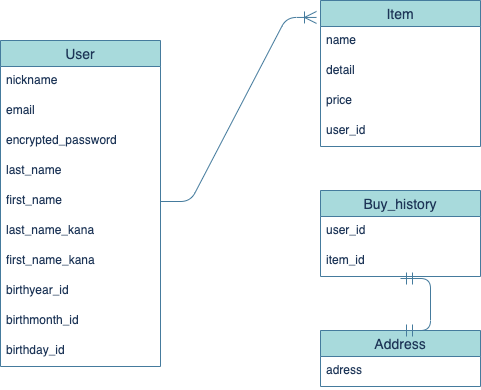
Above: test.png in toru-Major/furima-33489 (draw.io), before the change. Source tidied: cells renumbered, new cells last; positions are measured from the earlier drawing's top-left corner, leaving out a move shared by most shapes. The source it was exported from:
```xml
<mxGraphModel background="#ffffff">
  <root>
    <mxCell id="0" />
    <mxCell id="1" parent="0" />
    <mxCell id="2" value="User" style="swimlane;fontStyle=0;horizontal=1;startSize=26;align=center;fontSize=14;fillColor=#A8DADC;strokeColor=#457B9D;fontColor=#1D3557;" parent="1" vertex="1">
      <mxGeometry y="40" width="160" height="326" as="geometry" />
    </mxCell>
    <mxCell id="3" value="nickname" style="text;strokeColor=none;fillColor=none;spacingLeft=4;spacingRight=4;overflow=hidden;fontSize=12;fontColor=#1D3557;" parent="2" vertex="1">
      <mxGeometry y="26" width="160" height="30" as="geometry" />
    </mxCell>
    <mxCell id="4" value="email" style="text;strokeColor=none;fillColor=none;spacingLeft=4;spacingRight=4;overflow=hidden;fontSize=12;fontColor=#1D3557;" parent="2" vertex="1">
      <mxGeometry y="56" width="160" height="30" as="geometry" />
    </mxCell>
    <mxCell id="5" value="encrypted_password" style="text;strokeColor=none;fillColor=none;spacingLeft=4;spacingRight=4;overflow=hidden;fontSize=12;fontColor=#1D3557;" parent="2" vertex="1">
      <mxGeometry y="86" width="160" height="30" as="geometry" />
    </mxCell>
    <mxCell id="6" value="last_name" style="text;strokeColor=none;fillColor=none;spacingLeft=4;spacingRight=4;overflow=hidden;fontSize=12;fontColor=#1D3557;" parent="2" vertex="1">
      <mxGeometry y="116" width="160" height="30" as="geometry" />
    </mxCell>
    <mxCell id="7" value="first_name" style="text;strokeColor=none;fillColor=none;spacingLeft=4;spacingRight=4;overflow=hidden;points=[[0,0.5],[1,0.5]];portConstraint=eastwest;fontSize=12;fontColor=#1D3557;" parent="2" vertex="1">
      <mxGeometry y="146" width="160" height="30" as="geometry" />
    </mxCell>
    <mxCell id="8" value="last_name_kana" style="text;strokeColor=none;fillColor=none;spacingLeft=4;spacingRight=4;overflow=hidden;fontSize=12;fontColor=#1D3557;" parent="2" vertex="1">
      <mxGeometry y="176" width="160" height="30" as="geometry" />
    </mxCell>
    <mxCell id="9" value="first_name_kana" style="text;strokeColor=none;fillColor=none;spacingLeft=4;spacingRight=4;overflow=hidden;fontSize=12;fontColor=#1D3557;" parent="2" vertex="1">
      <mxGeometry y="206" width="160" height="30" as="geometry" />
    </mxCell>
    <mxCell id="10" value="birthyear_id" style="text;strokeColor=none;fillColor=none;spacingLeft=4;spacingRight=4;overflow=hidden;fontSize=12;fontColor=#1D3557;" parent="2" vertex="1">
      <mxGeometry y="236" width="160" height="30" as="geometry" />
    </mxCell>
    <mxCell id="11" value="birthmonth_id" style="text;strokeColor=none;fillColor=none;spacingLeft=4;spacingRight=4;overflow=hidden;fontSize=12;fontColor=#1D3557;" parent="2" vertex="1">
      <mxGeometry y="266" width="160" height="30" as="geometry" />
    </mxCell>
    <mxCell id="12" value="birthday_id" style="text;strokeColor=none;fillColor=none;spacingLeft=4;spacingRight=4;overflow=hidden;fontSize=12;fontColor=#1D3557;" parent="2" vertex="1">
      <mxGeometry y="296" width="160" height="30" as="geometry" />
    </mxCell>
    <mxCell id="13" value="Buy_history" style="swimlane;fontStyle=0;horizontal=1;startSize=26;align=center;fontSize=14;fillColor=#A8DADC;strokeColor=#457B9D;fontColor=#1D3557;" parent="1" vertex="1">
      <mxGeometry x="320" y="190" width="160" height="86" as="geometry" />
    </mxCell>
    <mxCell id="14" value="user_id" style="text;strokeColor=none;fillColor=none;spacingLeft=4;spacingRight=4;overflow=hidden;points=[[0,0.5],[1,0.5]];portConstraint=eastwest;fontSize=12;fontColor=#1D3557;" parent="13" vertex="1">
      <mxGeometry y="26" width="160" height="30" as="geometry" />
    </mxCell>
    <mxCell id="15" value="item_id" style="text;strokeColor=none;fillColor=none;spacingLeft=4;spacingRight=4;overflow=hidden;points=[[0,0.5],[1,0.5]];portConstraint=eastwest;fontSize=12;fontColor=#1D3557;" parent="13" vertex="1">
      <mxGeometry y="56" width="160" height="30" as="geometry" />
    </mxCell>
    <mxCell id="16" value="Item" style="swimlane;fontStyle=0;horizontal=1;startSize=26;align=center;fontSize=14;fillColor=#A8DADC;strokeColor=#457B9D;fontColor=#1D3557;" parent="1" vertex="1">
      <mxGeometry x="320" width="160" height="146" as="geometry" />
    </mxCell>
    <mxCell id="17" value="name" style="text;strokeColor=none;fillColor=none;spacingLeft=4;spacingRight=4;overflow=hidden;fontSize=12;fontColor=#1D3557;" parent="16" vertex="1">
      <mxGeometry y="26" width="160" height="30" as="geometry" />
    </mxCell>
    <mxCell id="18" value="detail" style="text;strokeColor=none;fillColor=none;spacingLeft=4;spacingRight=4;overflow=hidden;fontSize=12;fontColor=#1D3557;" parent="16" vertex="1">
      <mxGeometry y="56" width="160" height="30" as="geometry" />
    </mxCell>
    <mxCell id="19" value="price" style="text;strokeColor=none;fillColor=none;spacingLeft=4;spacingRight=4;overflow=hidden;fontSize=12;fontColor=#1D3557;" parent="16" vertex="1">
      <mxGeometry y="86" width="160" height="30" as="geometry" />
    </mxCell>
    <mxCell id="20" value="user_id" style="text;strokeColor=none;fillColor=none;spacingLeft=4;spacingRight=4;overflow=hidden;points=[[0,0.5],[1,0.5]];portConstraint=eastwest;fontSize=12;fontColor=#1D3557;" parent="16" vertex="1">
      <mxGeometry y="116" width="160" height="30" as="geometry" />
    </mxCell>
    <mxCell id="21" value="Address" style="swimlane;fontStyle=0;horizontal=1;startSize=26;align=center;fontSize=14;fillColor=#A8DADC;strokeColor=#457B9D;fontColor=#1D3557;" parent="1" vertex="1">
      <mxGeometry x="320" y="330" width="160" height="56" as="geometry" />
    </mxCell>
    <mxCell id="22" value="adress" style="text;strokeColor=none;fillColor=none;spacingLeft=4;spacingRight=4;overflow=hidden;fontSize=12;fontColor=#1D3557;" parent="21" vertex="1">
      <mxGeometry y="26" width="160" height="30" as="geometry" />
    </mxCell>
    <mxCell id="23" style="edgeStyle=entityRelationEdgeStyle;fontSize=12;html=1;endArrow=ERoneToMany;entryX=-0.025;entryY=0.116;entryDx=0;entryDy=0;entryPerimeter=0;exitX=1;exitY=0.5;exitDx=0;exitDy=0;labelBackgroundColor=#F1FAEE;strokeColor=#457B9D;fontColor=#1D3557;endSize=10;startSize=10;" parent="1" edge="1" source="7" target="16">
      <mxGeometry relative="1" as="geometry" />
    </mxCell>
    <mxCell id="24" style="edgeStyle=entityRelationEdgeStyle;fontSize=12;html=1;endArrow=ERmandOne;startArrow=ERmandOne;exitX=0.5;exitY=0;exitDx=0;exitDy=0;entryX=0.5;entryY=1.067;entryDx=0;entryDy=0;entryPerimeter=0;labelBackgroundColor=#F1FAEE;strokeColor=#457B9D;fontColor=#1D3557;endSize=10;startSize=10;" parent="1" edge="1" source="21" target="15">
      <mxGeometry relative="1" as="geometry" />
    </mxCell>
  </root>
</mxGraphModel>
```
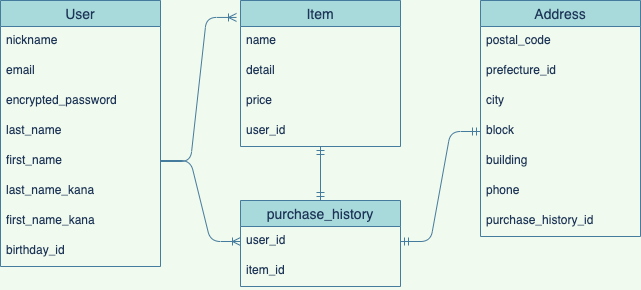
After the change.

Commit message:
ER図&READMEの修正2

Change to the diagram source:
```diff
@@ -1,9 +1,9 @@
-<mxGraphModel background="#ffffff">
+<mxGraphModel background="#F1FAEE">
   <root>
     <mxCell id="0" />
     <mxCell id="1" parent="0" />
     <mxCell id="2" value="User" style="swimlane;fontStyle=0;horizontal=1;startSize=26;align=center;fontSize=14;fillColor=#A8DADC;strokeColor=#457B9D;fontColor=#1D3557;" parent="1" vertex="1">
-      <mxGeometry y="40" width="160" height="326" as="geometry" />
+      <mxGeometry y="40" width="160" height="266" as="geometry" />
     </mxCell>
     <mxCell id="3" value="nickname" style="text;strokeColor=none;fillColor=none;spacingLeft=4;spacingRight=4;overflow=hidden;fontSize=12;fontColor=#1D3557;" parent="2" vertex="1">
       <mxGeometry y="26" width="160" height="30" as="geometry" />
@@ -26,17 +26,11 @@
     <mxCell id="9" value="first_name_kana" style="text;strokeColor=none;fillColor=none;spacingLeft=4;spacingRight=4;overflow=hidden;fontSize=12;fontColor=#1D3557;" parent="2" vertex="1">
       <mxGeometry y="206" width="160" height="30" as="geometry" />
     </mxCell>
-    <mxCell id="10" value="birthyear_id" style="text;strokeColor=none;fillColor=none;spacingLeft=4;spacingRight=4;overflow=hidden;fontSize=12;fontColor=#1D3557;" parent="2" vertex="1">
+    <mxCell id="10" value="birthday_id" style="text;strokeColor=none;fillColor=none;spacingLeft=4;spacingRight=4;overflow=hidden;fontSize=12;fontColor=#1D3557;" parent="2" vertex="1">
       <mxGeometry y="236" width="160" height="30" as="geometry" />
     </mxCell>
-    <mxCell id="11" value="birthmonth_id" style="text;strokeColor=none;fillColor=none;spacingLeft=4;spacingRight=4;overflow=hidden;fontSize=12;fontColor=#1D3557;" parent="2" vertex="1">
-      <mxGeometry y="266" width="160" height="30" as="geometry" />
-    </mxCell>
-    <mxCell id="12" value="birthday_id" style="text;strokeColor=none;fillColor=none;spacingLeft=4;spacingRight=4;overflow=hidden;fontSize=12;fontColor=#1D3557;" parent="2" vertex="1">
-      <mxGeometry y="296" width="160" height="30" as="geometry" />
-    </mxCell>
-    <mxCell id="13" value="Buy_history" style="swimlane;fontStyle=0;horizontal=1;startSize=26;align=center;fontSize=14;fillColor=#A8DADC;strokeColor=#457B9D;fontColor=#1D3557;" parent="1" vertex="1">
-      <mxGeometry x="320" y="190" width="160" height="86" as="geometry" />
+    <mxCell id="13" value="purchase_history" style="swimlane;fontStyle=0;horizontal=1;startSize=26;align=center;fontSize=14;fillColor=#A8DADC;strokeColor=#457B9D;fontColor=#1D3557;" parent="1" vertex="1">
+      <mxGeometry x="240" y="240" width="160" height="86" as="geometry" />
     </mxCell>
     <mxCell id="14" value="user_id" style="text;strokeColor=none;fillColor=none;spacingLeft=4;spacingRight=4;overflow=hidden;points=[[0,0.5],[1,0.5]];portConstraint=eastwest;fontSize=12;fontColor=#1D3557;" parent="13" vertex="1">
       <mxGeometry y="26" width="160" height="30" as="geometry" />
@@ -45,7 +39,7 @@
       <mxGeometry y="56" width="160" height="30" as="geometry" />
     </mxCell>
     <mxCell id="16" value="Item" style="swimlane;fontStyle=0;horizontal=1;startSize=26;align=center;fontSize=14;fillColor=#A8DADC;strokeColor=#457B9D;fontColor=#1D3557;" parent="1" vertex="1">
-      <mxGeometry x="320" width="160" height="146" as="geometry" />
+      <mxGeometry x="240" y="40" width="160" height="146" as="geometry" />
     </mxCell>
     <mxCell id="17" value="name" style="text;strokeColor=none;fillColor=none;spacingLeft=4;spacingRight=4;overflow=hidden;fontSize=12;fontColor=#1D3557;" parent="16" vertex="1">
       <mxGeometry y="26" width="160" height="30" as="geometry" />
@@ -60,16 +54,42 @@
       <mxGeometry y="116" width="160" height="30" as="geometry" />
     </mxCell>
     <mxCell id="21" value="Address" style="swimlane;fontStyle=0;horizontal=1;startSize=26;align=center;fontSize=14;fillColor=#A8DADC;strokeColor=#457B9D;fontColor=#1D3557;" parent="1" vertex="1">
-      <mxGeometry x="320" y="330" width="160" height="56" as="geometry" />
+      <mxGeometry x="480" y="40" width="160" height="236" as="geometry" />
     </mxCell>
-    <mxCell id="22" value="adress" style="text;strokeColor=none;fillColor=none;spacingLeft=4;spacingRight=4;overflow=hidden;fontSize=12;fontColor=#1D3557;" parent="21" vertex="1">
+    <mxCell id="22" value="postal_code" style="text;strokeColor=none;fillColor=none;spacingLeft=4;spacingRight=4;overflow=hidden;fontSize=12;fontColor=#1D3557;" parent="21" vertex="1">
       <mxGeometry y="26" width="160" height="30" as="geometry" />
     </mxCell>
+    <mxCell id="25" value="prefecture_id" style="text;strokeColor=none;fillColor=none;spacingLeft=4;spacingRight=4;overflow=hidden;fontSize=12;fontColor=#1D3557;" parent="21" vertex="1">
+      <mxGeometry y="56" width="160" height="30" as="geometry" />
+    </mxCell>
+    <mxCell id="26" value="city" style="text;strokeColor=none;fillColor=none;spacingLeft=4;spacingRight=4;overflow=hidden;fontSize=12;fontColor=#1D3557;" parent="21" vertex="1">
+      <mxGeometry y="86" width="160" height="30" as="geometry" />
+    </mxCell>
+    <mxCell id="27" value="block" style="text;strokeColor=none;fillColor=none;spacingLeft=4;spacingRight=4;overflow=hidden;points=[[0,0.5],[1,0.5]];portConstraint=eastwest;fontSize=12;fontColor=#1D3557;" parent="21" vertex="1">
+      <mxGeometry y="116" width="160" height="30" as="geometry" />
+    </mxCell>
+    <mxCell id="28" value="building" style="text;strokeColor=none;fillColor=none;spacingLeft=4;spacingRight=4;overflow=hidden;fontSize=12;fontColor=#1D3557;" parent="21" vertex="1">
+      <mxGeometry y="146" width="160" height="30" as="geometry" />
+    </mxCell>
+    <mxCell id="29" value="phone" style="text;strokeColor=none;fillColor=none;spacingLeft=4;spacingRight=4;overflow=hidden;fontSize=12;fontColor=#1D3557;" parent="21" vertex="1">
+      <mxGeometry y="176" width="160" height="30" as="geometry" />
+    </mxCell>
+    <mxCell id="30" value="purchase_history_id" style="text;strokeColor=none;fillColor=none;spacingLeft=4;spacingRight=4;overflow=hidden;fontSize=12;fontColor=#1D3557;" parent="21" vertex="1">
+      <mxGeometry y="206" width="160" height="30" as="geometry" />
+    </mxCell>
-    <mxCell id="23" style="edgeStyle=entityRelationEdgeStyle;fontSize=12;html=1;endArrow=ERoneToMany;entryX=-0.025;entryY=0.116;entryDx=0;entryDy=0;entryPerimeter=0;exitX=1;exitY=0.5;exitDx=0;exitDy=0;labelBackgroundColor=#F1FAEE;strokeColor=#457B9D;fontColor=#1D3557;endSize=10;startSize=10;" parent="1" edge="1" source="7" target="16">
+    <mxCell id="23" style="edgeStyle=entityRelationEdgeStyle;fontSize=12;html=1;endArrow=ERoneToMany;entryX=-0.025;entryY=0.116;entryDx=0;entryDy=0;entryPerimeter=0;exitX=1;exitY=0.5;exitDx=0;exitDy=0;labelBackgroundColor=#F1FAEE;strokeColor=#457B9D;fontColor=#1D3557;" parent="1" edge="1" source="7" target="16">
       <mxGeometry relative="1" as="geometry" />
     </mxCell>
-    <mxCell id="24" style="edgeStyle=entityRelationEdgeStyle;fontSize=12;html=1;endArrow=ERmandOne;startArrow=ERmandOne;exitX=0.5;exitY=0;exitDx=0;exitDy=0;entryX=0.5;entryY=1.067;entryDx=0;entryDy=0;entryPerimeter=0;labelBackgroundColor=#F1FAEE;strokeColor=#457B9D;fontColor=#1D3557;endSize=10;startSize=10;" parent="1" edge="1" source="21" target="15">
+    <mxCell id="24" style="edgeStyle=entityRelationEdgeStyle;fontSize=12;html=1;endArrow=ERmandOne;startArrow=ERmandOne;exitX=0;exitY=0.5;exitDx=0;exitDy=0;entryX=1;entryY=0.5;entryDx=0;entryDy=0;labelBackgroundColor=#F1FAEE;strokeColor=#457B9D;fontColor=#1D3557;" parent="1" edge="1" source="27" target="14">
       <mxGeometry relative="1" as="geometry" />
     </mxCell>
+    <mxCell id="31" style="edgeStyle=entityRelationEdgeStyle;fontSize=12;html=1;endArrow=ERoneToMany;labelBackgroundColor=#F1FAEE;strokeColor=#457B9D;fontColor=#1D3557;" parent="1" edge="1" target="14">
+      <mxGeometry relative="1" as="geometry">
+        <mxPoint x="160" y="200" as="sourcePoint" />
+      </mxGeometry>
+    </mxCell>
+    <mxCell id="32" style="fontSize=12;html=1;endArrow=ERmandOne;startArrow=ERmandOne;exitX=0.5;exitY=0;exitDx=0;exitDy=0;labelBackgroundColor=#F1FAEE;strokeColor=#457B9D;fontColor=#1D3557;" parent="1" edge="1" source="13" target="20">
+      <mxGeometry relative="1" as="geometry" />
+    </mxCell>
   </root>
 </mxGraphModel>
```
